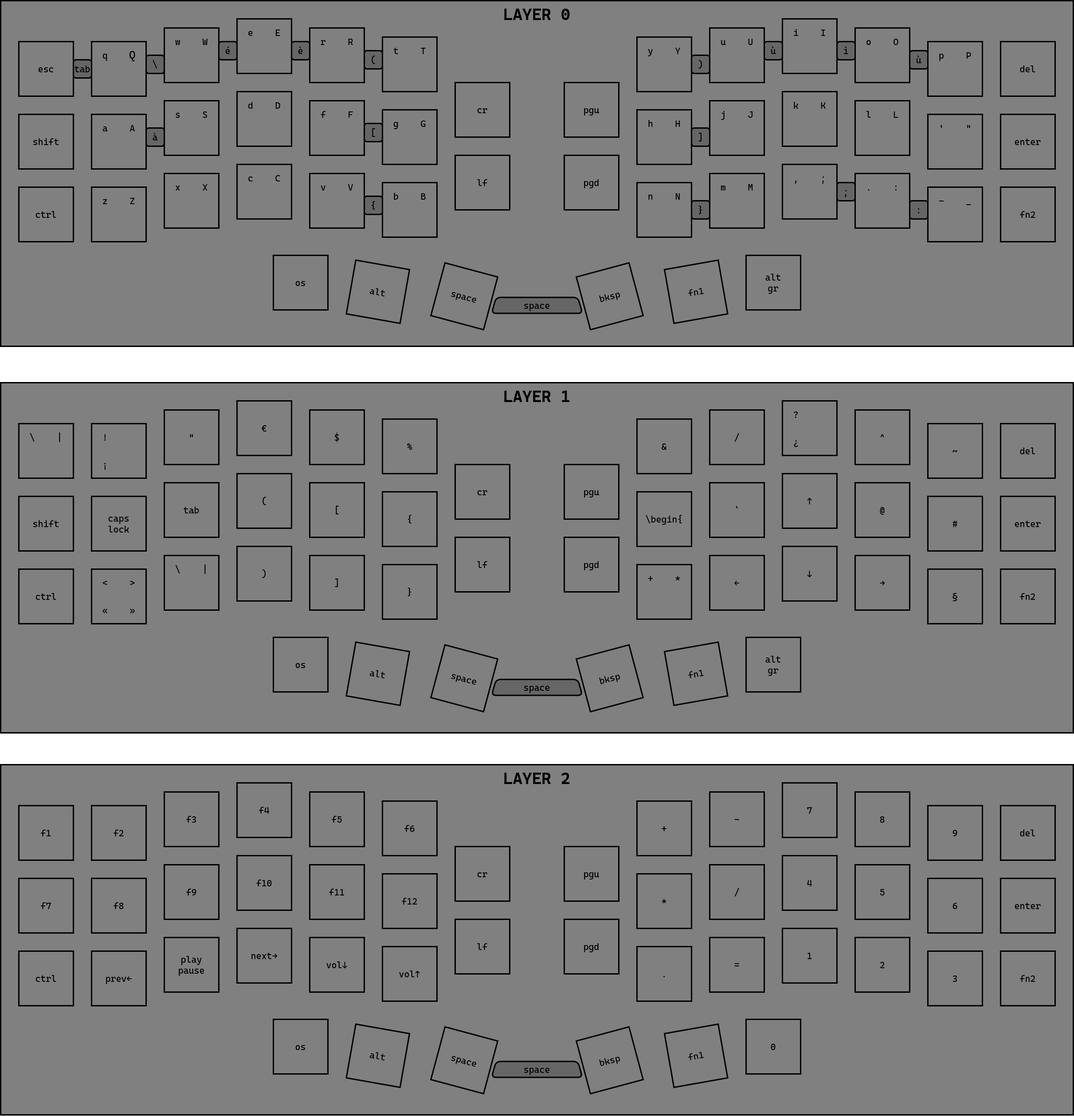
Earlier version of the draw.io export layers.png (dellarosciagiorgio/crkbd). Source tidied: cells renumbered, new cells last; positions are measured from the earlier drawing's top-left corner, leaving out a move shared by most shapes.
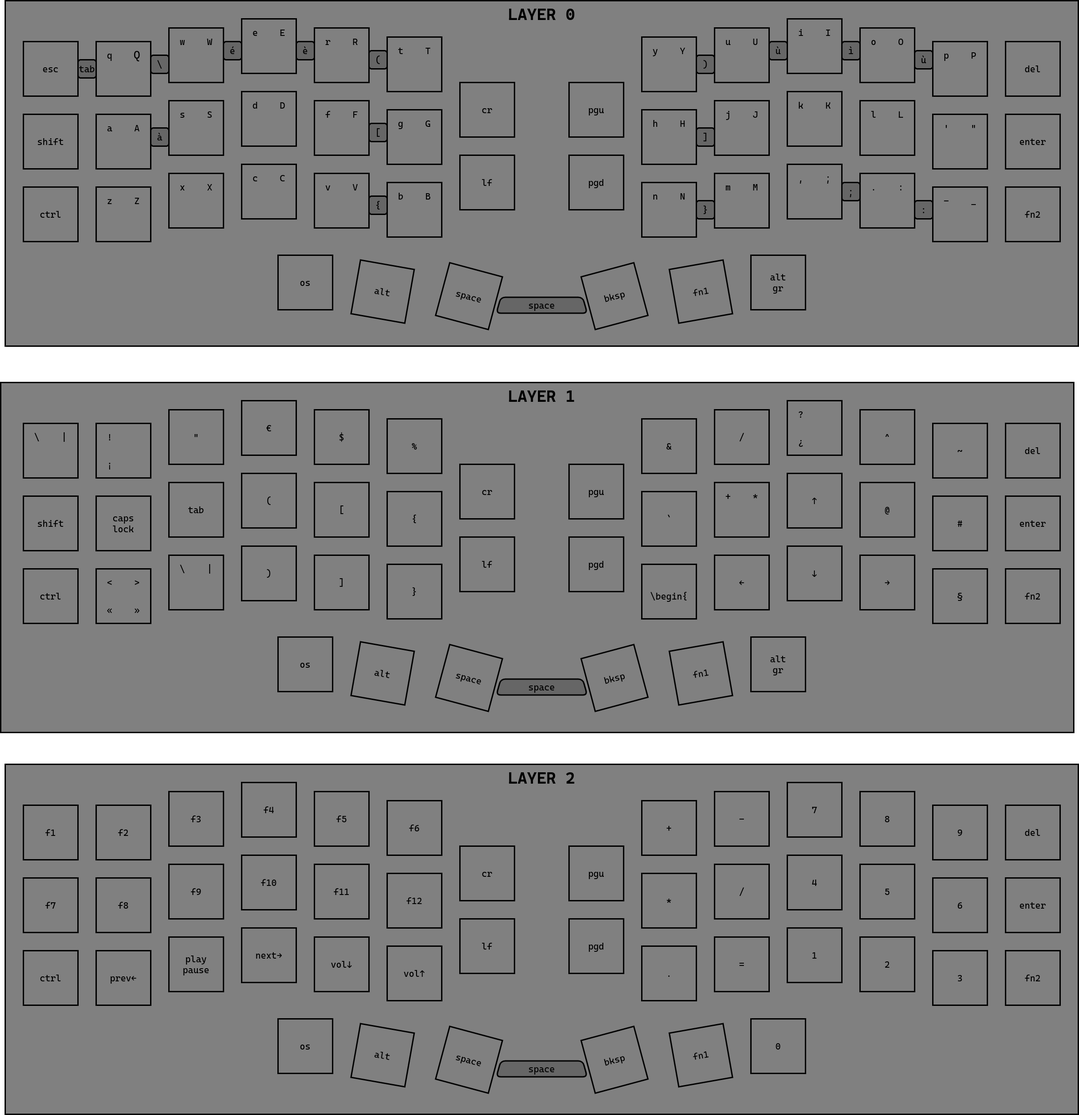
The same file after the commit.

The edit, as a diff of the source:
```diff
@@ -3,7 +3,7 @@
     <mxCell id="0" />
     <mxCell id="1" parent="0" />
     <mxCell id="2" style="rounded=0;whiteSpace=wrap;html=1;fillColor=#808080;strokeWidth=3;strokeColor=#000000;fontColor=default;" parent="1" vertex="1">
-      <mxGeometry y="840" width="2360" height="770" as="geometry" />
+      <mxGeometry x="-10" y="840" width="2360" height="770" as="geometry" />
     </mxCell>
     <mxCell id="3" style="rounded=0;whiteSpace=wrap;html=1;fillColor=#808080;strokeWidth=3;strokeColor=#000000;fontColor=default;" parent="1" vertex="1">
       <mxGeometry width="2360" height="760" as="geometry" />
@@ -1020,7 +1020,7 @@
       <mxGeometry x="2010" y="120" width="20" height="20" as="geometry" />
     </mxCell>
     <mxCell id="341" value="&lt;font style=&quot;font-size: 20px; color: rgb(0, 0, 0);&quot;&gt;\begin{&lt;/font&gt;" style="text;html=1;strokeColor=none;fillColor=none;align=center;verticalAlign=middle;whiteSpace=wrap;rounded=0;strokeWidth=1;fontFamily=Cascadia Code;fontColor=default;" parent="1" vertex="1">
-      <mxGeometry x="1430" y="1110" width="60" height="60" as="geometry" />
+      <mxGeometry x="1430" y="1280" width="60" height="60" as="geometry" />
     </mxCell>
     <mxCell id="342" value="&lt;font style=&quot;font-size: 20px; color: rgb(0, 0, 0);&quot;&gt;caps lock&lt;/font&gt;" style="text;html=1;strokeColor=none;fillColor=none;align=center;verticalAlign=middle;whiteSpace=wrap;rounded=0;strokeWidth=1;fontFamily=Cascadia Code;fontColor=default;" parent="1" vertex="1">
       <mxGeometry x="230" y="1120" width="60" height="60" as="geometry" />
@@ -1055,9 +1055,6 @@
     <mxCell id="352" value="&lt;font style=&quot;font-size: 20px; color: rgb(0, 0, 0);&quot;&gt;\&lt;/font&gt;" style="text;html=1;strokeColor=none;fillColor=none;align=center;verticalAlign=middle;whiteSpace=wrap;rounded=0;strokeWidth=1;fontFamily=Cascadia Code;fontColor=default;" parent="1" vertex="1">
       <mxGeometry x="330" y="130" width="20" height="20" as="geometry" />
     </mxCell>
-    <mxCell id="353" value="&lt;span style=&quot;font-size: 20px;&quot;&gt;`&lt;/span&gt;" style="text;html=1;strokeColor=none;fillColor=none;align=center;verticalAlign=middle;whiteSpace=wrap;rounded=0;strokeWidth=1;fontFamily=Cascadia Code;fontColor=default;" parent="1" vertex="1">
-      <mxGeometry x="1590" y="1090" width="60" height="60" as="geometry" />
-    </mxCell>
     <mxCell id="354" value="LAYER 0" style="text;strokeColor=none;fillColor=none;align=center;verticalAlign=middle;rounded=0;strokeWidth=1;fontFamily=Cascadia Code;fontColor=light-dark(#000000,#EDEDED);fontSize=36;labelBackgroundColor=none;labelBorderColor=none;html=1;fontStyle=1;whiteSpace=wrap;" parent="1" vertex="1">
       <mxGeometry width="2360" height="60" as="geometry" />
     </mxCell>
@@ -1068,10 +1065,10 @@
       <mxGeometry y="1680" width="2360" height="60" as="geometry" />
     </mxCell>
     <mxCell id="357" value="&lt;font style=&quot;font-size: 20px; color: rgb(0, 0, 0);&quot;&gt;+&lt;/font&gt;" style="text;html=1;strokeColor=none;fillColor=none;align=center;verticalAlign=middle;whiteSpace=wrap;rounded=0;strokeWidth=1;fontFamily=Cascadia Code;fontColor=default;rotation=0;" parent="1" vertex="1">
-      <mxGeometry x="1400" y="1240" width="60" height="60" as="geometry" />
+      <mxGeometry x="1560" y="1060" width="60" height="60" as="geometry" />
     </mxCell>
     <mxCell id="358" value="&lt;font style=&quot;font-size: 20px; color: rgb(0, 0, 0);&quot;&gt;*&lt;/font&gt;" style="text;html=1;strokeColor=none;fillColor=none;align=center;verticalAlign=middle;whiteSpace=wrap;rounded=0;strokeWidth=1;fontFamily=Cascadia Code;fontColor=default;rotation=0;" parent="1" vertex="1">
-      <mxGeometry x="1460" y="1240" width="60" height="60" as="geometry" />
+      <mxGeometry x="1620" y="1060" width="60" height="60" as="geometry" />
     </mxCell>
     <mxCell id="359" value="&lt;font style=&quot;font-size: 20px; color: rgb(0, 0, 0);&quot;&gt;\&lt;/font&gt;" style="text;html=1;strokeColor=none;fillColor=none;align=center;verticalAlign=middle;whiteSpace=wrap;rounded=0;strokeWidth=1;fontFamily=Cascadia Code;fontColor=default;" parent="1" vertex="1">
       <mxGeometry x="360" y="1220" width="60" height="60" as="geometry" />
@@ -1079,5 +1076,8 @@
     <mxCell id="360" value="&lt;font style=&quot;font-size: 20px; color: rgb(0, 0, 0);&quot;&gt;|&lt;/font&gt;" style="text;html=1;strokeColor=none;fillColor=none;align=center;verticalAlign=middle;whiteSpace=wrap;rounded=0;strokeWidth=1;fontFamily=Cascadia Code;fontColor=default;" parent="1" vertex="1">
       <mxGeometry x="420" y="1220" width="60" height="60" as="geometry" />
     </mxCell>
+    <mxCell id="353" value="&lt;font style=&quot;font-size: 20px; color: rgb(0, 0, 0);&quot;&gt;`&lt;/font&gt;" style="text;html=1;strokeColor=none;fillColor=none;align=center;verticalAlign=middle;whiteSpace=wrap;rounded=0;strokeWidth=1;fontFamily=Cascadia Code;fontColor=default;rotation=0;" parent="1" vertex="1">
+      <mxGeometry x="1430" y="1110" width="60" height="60" as="geometry" />
+    </mxCell>
   </root>
 </mxGraphModel>
```
